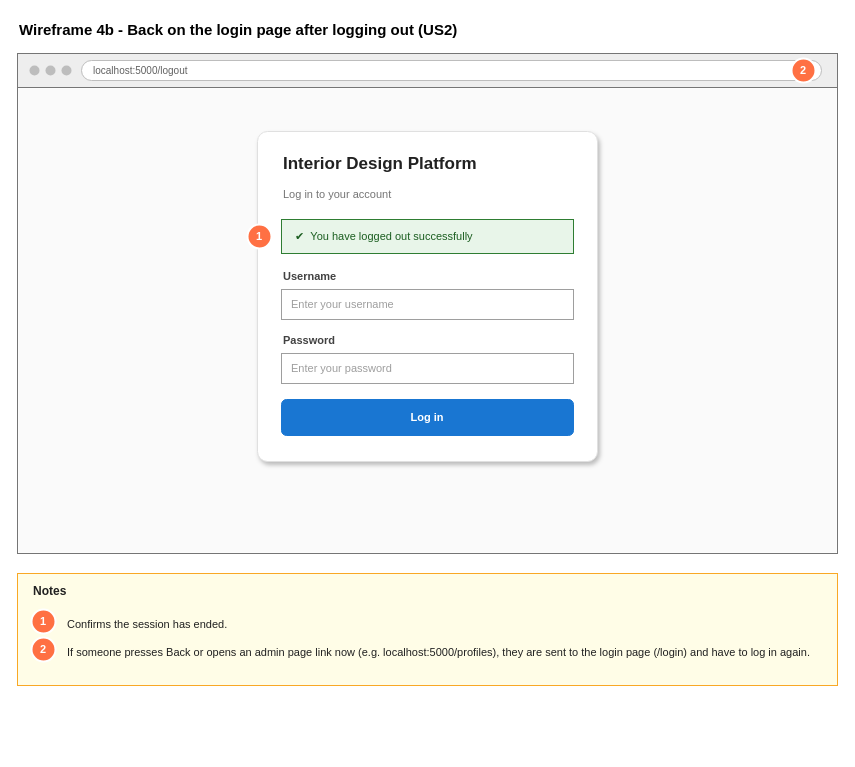
Above: page "4b Wireframe - Logged out" (3 of 6) of Sprint_1/US2 - Log out/US2 Log out.drawio in Hanzxc/CSIT314-ARCHSS (draw.io), before the change. Source tidied: cells renumbered, new cells numbered last; positions are measured from the earlier drawing's top-left corner, leaving out a move shared by most shapes. Both pictures are drawn from the tidied source at 100%, with x=0, y=0 at pixel (17, 17).
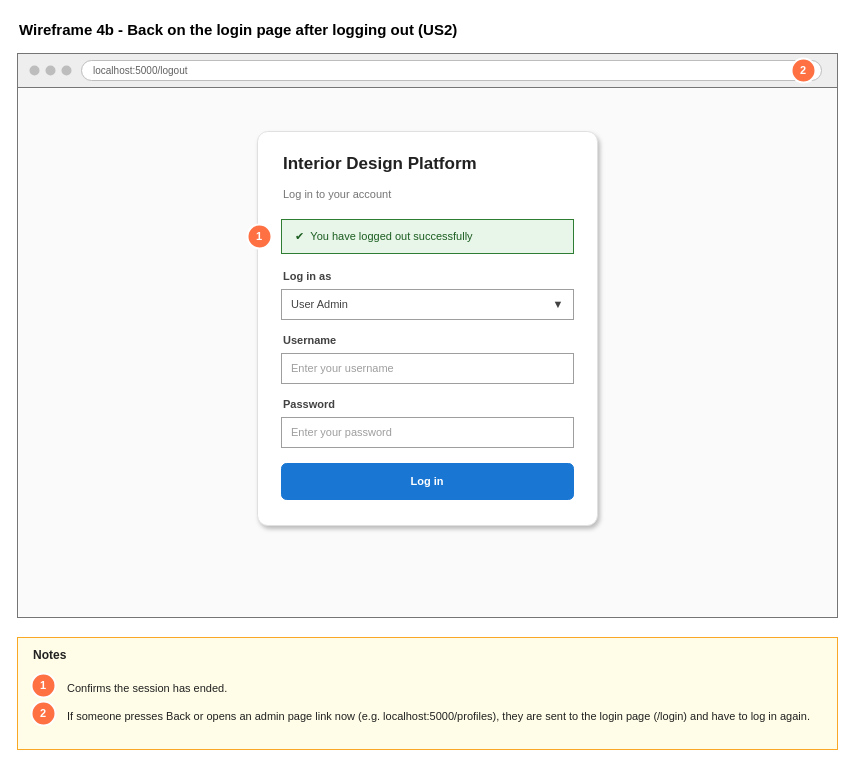
The same diagram, later.

Change to the diagram source:
```diff
@@
     <mxCell id="3" style="rounded=0;whiteSpace=wrap;html=1;fillColor=#FFFFFF;strokeColor=#757575;fontSize=11;fontColor=#212121;align=center;" parent="1" vertex="1">
-      <mxGeometry y="36" width="820" height="500" as="geometry" />
+      <mxGeometry y="36" width="820" height="564" as="geometry" />
     </mxCell>
@@
     <mxCell id="9" style="rounded=0;whiteSpace=wrap;html=1;fillColor=#FAFAFA;strokeColor=none;fontSize=11;fontColor=#212121;align=center;" parent="1" vertex="1">
-      <mxGeometry x="1" y="71" width="818" height="464" as="geometry" />
+      <mxGeometry x="1" y="71" width="818" height="528" as="geometry" />
     </mxCell>
     <mxCell id="10" style="rounded=1;whiteSpace=wrap;html=1;fillColor=#FFFFFF;strokeColor=#E0E0E0;fontSize=11;fontColor=#212121;align=center;arcSize=3;shadow=1;" parent="1" vertex="1">
-      <mxGeometry x="240" y="114" width="340" height="330" as="geometry" />
+      <mxGeometry x="240" y="114" width="340" height="394" as="geometry" />
     </mxCell>
@@
     <mxCell id="14" value="Username" style="text;html=1;strokeColor=none;fillColor=none;align=left;verticalAlign=middle;whiteSpace=nowrap;fontSize=11;fontColor=#424242;spacingLeft=0;spacingRight=0;fontStyle=1;" parent="1" vertex="1">
-      <mxGeometry x="264" y="250" width="68" height="18" as="geometry" />
+      <mxGeometry x="264" y="314" width="68" height="18" as="geometry" />
     </mxCell>
     <mxCell id="15" value="Enter your username" style="rounded=0;whiteSpace=wrap;html=1;fillColor=#FFFFFF;strokeColor=#9E9E9E;fontSize=11;fontColor=#9E9E9E;align=left;spacingLeft=8;spacingRight=8;" parent="1" vertex="1">
-      <mxGeometry x="264" y="272" width="292" height="30" as="geometry" />
+      <mxGeometry x="264" y="336" width="292" height="30" as="geometry" />
     </mxCell>
     <mxCell id="16" value="Password" style="text;html=1;strokeColor=none;fillColor=none;align=left;verticalAlign=middle;whiteSpace=nowrap;fontSize=11;fontColor=#424242;spacingLeft=0;spacingRight=0;fontStyle=1;" parent="1" vertex="1">
-      <mxGeometry x="264" y="314" width="68" height="18" as="geometry" />
+      <mxGeometry x="264" y="378" width="68" height="18" as="geometry" />
     </mxCell>
     <mxCell id="17" value="Enter your password" style="rounded=0;whiteSpace=wrap;html=1;fillColor=#FFFFFF;strokeColor=#9E9E9E;fontSize=11;fontColor=#9E9E9E;align=left;spacingLeft=8;spacingRight=8;" parent="1" vertex="1">
-      <mxGeometry x="264" y="336" width="292" height="30" as="geometry" />
+      <mxGeometry x="264" y="400" width="292" height="30" as="geometry" />
     </mxCell>
     <mxCell id="18" value="Log in" style="rounded=1;whiteSpace=wrap;html=1;fillColor=#1976D2;strokeColor=#1976D2;fontSize=11;fontColor=#FFFFFF;align=center;fontStyle=1;arcSize=14;" parent="1" vertex="1">
-      <mxGeometry x="264" y="382" width="292" height="36" as="geometry" />
+      <mxGeometry x="264" y="446" width="292" height="36" as="geometry" />
     </mxCell>
@@
     <mxCell id="21" style="rounded=0;whiteSpace=wrap;html=1;fillColor=#FFFDE7;strokeColor=#F9A825;fontSize=11;fontColor=#212121;align=center;" parent="1" vertex="1">
-      <mxGeometry y="556" width="820" height="112" as="geometry" />
+      <mxGeometry y="620" width="820" height="112" as="geometry" />
     </mxCell>
     <mxCell id="22" value="Notes" style="text;html=1;strokeColor=none;fillColor=none;align=left;verticalAlign=middle;whiteSpace=nowrap;fontSize=12;fontColor=#212121;spacingLeft=0;spacingRight=0;fontStyle=1;" parent="1" vertex="1">
-      <mxGeometry x="14" y="565" width="47" height="18" as="geometry" />
+      <mxGeometry x="14" y="629" width="47" height="18" as="geometry" />
     </mxCell>
     <mxCell id="23" value="1" style="ellipse;whiteSpace=wrap;html=1;fillColor=#FF7043;strokeColor=#FFFFFF;strokeWidth=2;fontColor=#FFFFFF;fontStyle=1;fontSize=11;" parent="1" vertex="1">
-      <mxGeometry x="14" y="592" width="24" height="24" as="geometry" />
+      <mxGeometry x="14" y="656" width="24" height="24" as="geometry" />
     </mxCell>
     <mxCell id="24" value="Confirms the session has ended." style="text;html=1;strokeColor=none;fillColor=none;align=left;verticalAlign=top;whiteSpace=wrap;fontSize=11;fontColor=#212121;spacingLeft=0;spacingRight=0;" parent="1" vertex="1">
-      <mxGeometry x="48" y="594" width="756" height="20" as="geometry" />
+      <mxGeometry x="48" y="658" width="756" height="20" as="geometry" />
     </mxCell>
     <mxCell id="25" value="2" style="ellipse;whiteSpace=wrap;html=1;fillColor=#FF7043;strokeColor=#FFFFFF;strokeWidth=2;fontColor=#FFFFFF;fontStyle=1;fontSize=11;" parent="1" vertex="1">
-      <mxGeometry x="14" y="620" width="24" height="24" as="geometry" />
+      <mxGeometry x="14" y="684" width="24" height="24" as="geometry" />
     </mxCell>
     <mxCell id="26" value="If someone presses Back or opens an admin page link now (e.g. localhost:5000/profiles), they are sent to the login page (/login) and have to log in again." style="text;html=1;strokeColor=none;fillColor=none;align=left;verticalAlign=top;whiteSpace=wrap;fontSize=11;fontColor=#212121;spacingLeft=0;spacingRight=0;" parent="1" vertex="1">
-      <mxGeometry x="48" y="622" width="756" height="36" as="geometry" />
+      <mxGeometry x="48" y="686" width="756" height="36" as="geometry" />
     </mxCell>
+    <mxCell id="27" value="Log in as" style="text;html=1;strokeColor=none;fillColor=none;align=left;verticalAlign=middle;whiteSpace=nowrap;fontSize=11;fontColor=#424242;spacingLeft=0;spacingRight=0;fontStyle=1;" parent="1" vertex="1">
+      <mxGeometry x="264" y="250" width="68" height="18" as="geometry" />
+    </mxCell>
+    <mxCell id="28" value="User Admin" style="rounded=0;whiteSpace=wrap;html=1;fillColor=#FFFFFF;strokeColor=#9E9E9E;fontSize=11;fontColor=#424242;align=left;spacingLeft=8;spacingRight=8;" parent="1" vertex="1">
+      <mxGeometry x="264" y="272" width="292" height="30" as="geometry" />
+    </mxCell>
+    <mxCell id="29" value="▼" style="rounded=0;whiteSpace=wrap;html=1;fillColor=none;strokeColor=none;fontSize=11;fontColor=#424242;align=center;spacingLeft=8;spacingRight=8;" parent="1" vertex="1">
+      <mxGeometry x="532" y="272" width="18" height="30" as="geometry" />
+    </mxCell>
```
